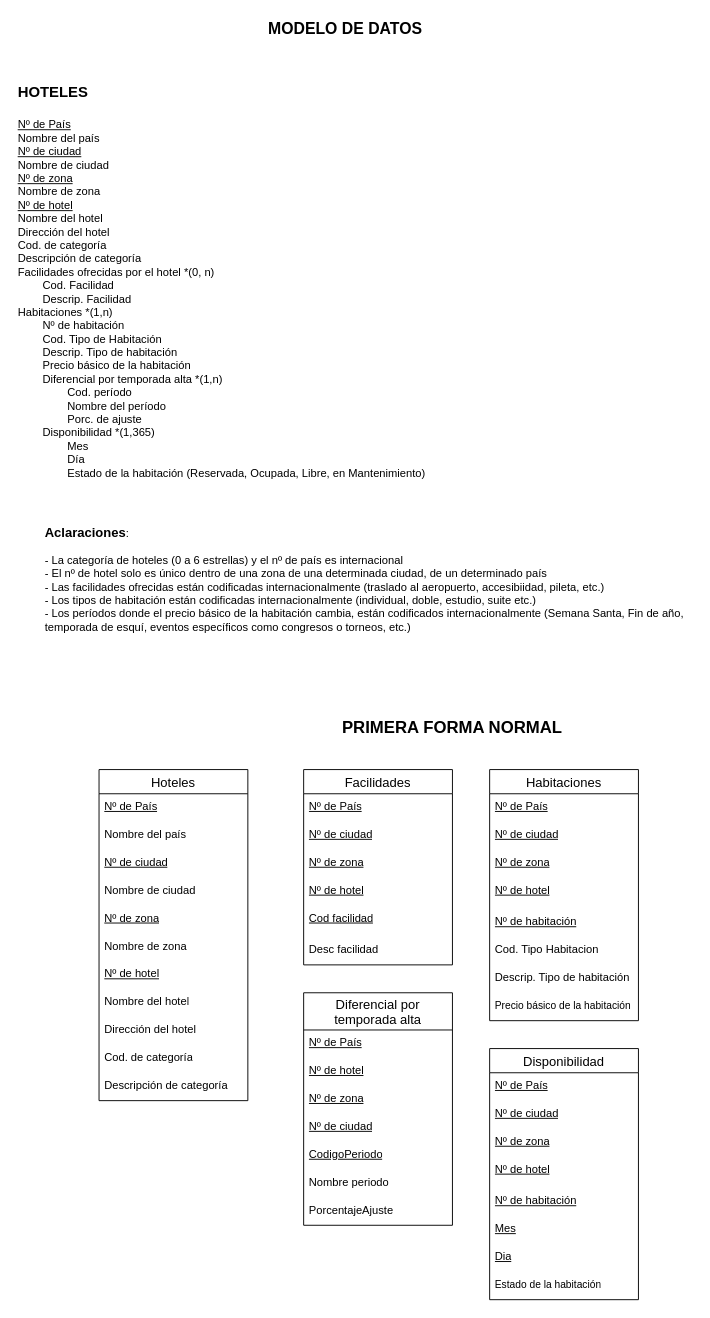
Above: Diagrama-Entidad-Relacion.drawio in FrancoSimonFormia/TP-Hoteles-DABD-Grupo11 (draw.io), before the change. Source tidied: cells renumbered, new cells numbered last; positions are measured from the earlier drawing's top-left corner, leaving out a move shared by most shapes. Both pictures are drawn from the tidied source at 93%, with x=0, y=0 at pixel (16, 16).
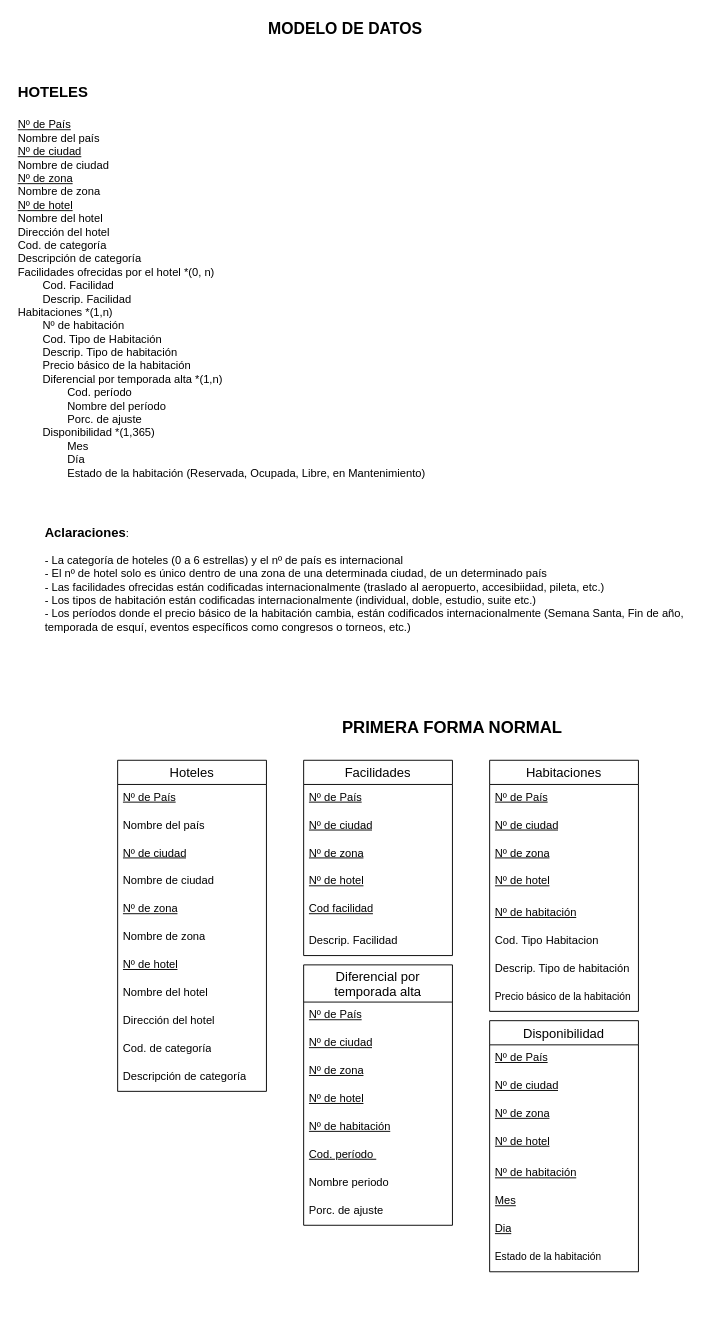
Above is the later version.

Commit message:
Modificacion clave Diferencial por Temporada Alta

The edit, as a diff of the source:
```diff
@@
     <mxCell id="6" value="Hoteles" style="swimlane;fontStyle=0;horizontal=1;startSize=26;align=center;fontSize=14;" parent="1" vertex="1">
-      <mxGeometry x="89" y="810" width="160" height="356" as="geometry" />
+      <mxGeometry x="109" y="800" width="160" height="356" as="geometry" />
     </mxCell>
@@
     <mxCell id="18" value="Facilidades" style="swimlane;fontStyle=0;horizontal=1;startSize=26;align=center;fontSize=14;" parent="1" vertex="1">
-      <mxGeometry x="309" y="810" width="160" height="210" as="geometry" />
+      <mxGeometry x="309" y="800" width="160" height="210" as="geometry" />
     </mxCell>
@@
-    <mxCell id="24" value="&lt;div&gt;Desc facilidad&lt;/div&gt;" style="text;strokeColor=none;fillColor=none;spacingLeft=4;spacingRight=4;overflow=hidden;fontSize=12;whiteSpace=wrap;html=1;" parent="18" vertex="1">
+    <mxCell id="24" value="&lt;div&gt;Descrip. Facilidad&lt;br/&gt;&lt;/div&gt;" style="text;strokeColor=none;fillColor=none;spacingLeft=4;spacingRight=4;overflow=hidden;fontSize=12;whiteSpace=wrap;html=1;" parent="18" vertex="1">
       <mxGeometry y="180" width="160" height="30" as="geometry" />
     </mxCell>
     <mxCell id="25" value="Habitaciones" style="swimlane;fontStyle=0;horizontal=1;startSize=26;align=center;fontSize=14;" parent="1" vertex="1">
-      <mxGeometry x="509" y="810" width="160" height="270" as="geometry" />
+      <mxGeometry x="509" y="800" width="160" height="270" as="geometry" />
     </mxCell>
@@
     <mxCell id="34" value="Diferencial por&#10;temporada alta" style="swimlane;fontStyle=0;horizontal=1;startSize=40;align=center;fontSize=14;" parent="1" vertex="1">
-      <mxGeometry x="309" y="1050" width="160" height="250" as="geometry" />
+      <mxGeometry x="309" y="1020" width="160" height="280" as="geometry" />
     </mxCell>
@@
-    <mxCell id="36" value="&lt;u&gt;Nº de hotel&lt;/u&gt;&lt;div&gt;&lt;br&gt;&lt;/div&gt;" style="text;strokeColor=none;fillColor=none;spacingLeft=4;spacingRight=4;overflow=hidden;fontSize=12;whiteSpace=wrap;html=1;" parent="34" vertex="1">
+    <mxCell id="36" value="&lt;div&gt;&lt;u&gt;Nº de ciudad&lt;/u&gt;&lt;div&gt;&lt;br&gt;&lt;/div&gt;&lt;/div&gt;" style="text;strokeColor=none;fillColor=none;spacingLeft=4;spacingRight=4;overflow=hidden;fontSize=12;whiteSpace=wrap;html=1;" parent="34" vertex="1">
       <mxGeometry y="70" width="160" height="30" as="geometry" />
     </mxCell>
-    <mxCell id="37" value="&lt;u&gt;Nº de zona&lt;/u&gt;&lt;div&gt;&lt;br&gt;&lt;/div&gt;" style="text;strokeColor=none;fillColor=none;spacingLeft=4;spacingRight=4;overflow=hidden;fontSize=12;whiteSpace=wrap;html=1;" parent="34" vertex="1">
+    <mxCell id="37" value="&lt;div&gt;&lt;u&gt;Nº de zona&lt;/u&gt;&lt;div&gt;&lt;br&gt;&lt;/div&gt;&lt;/div&gt;" style="text;strokeColor=none;fillColor=none;spacingLeft=4;spacingRight=4;overflow=hidden;fontSize=12;whiteSpace=wrap;html=1;" parent="34" vertex="1">
       <mxGeometry y="100" width="160" height="30" as="geometry" />
     </mxCell>
-    <mxCell id="38" value="&lt;u&gt;Nº de ciudad&lt;/u&gt;&lt;div&gt;&lt;br&gt;&lt;/div&gt;" style="text;strokeColor=none;fillColor=none;spacingLeft=4;spacingRight=4;overflow=hidden;fontSize=12;whiteSpace=wrap;html=1;" parent="34" vertex="1">
+    <mxCell id="38" value="&lt;div&gt;&lt;u&gt;Nº de hotel&lt;/u&gt;&lt;div&gt;&lt;br&gt;&lt;/div&gt;&lt;/div&gt;" style="text;strokeColor=none;fillColor=none;spacingLeft=4;spacingRight=4;overflow=hidden;fontSize=12;whiteSpace=wrap;html=1;" parent="34" vertex="1">
       <mxGeometry y="130" width="160" height="30" as="geometry" />
     </mxCell>
+    <mxCell id="51" value="&lt;span style=&quot;text-decoration-line: underline;&quot;&gt;Nº de habitación&lt;/span&gt;" style="text;strokeColor=none;fillColor=none;spacingLeft=4;spacingRight=4;overflow=hidden;fontSize=12;whiteSpace=wrap;html=1;" parent="34" vertex="1">
+      <mxGeometry y="160" width="160" height="30" as="geometry" />
+    </mxCell>
-    <mxCell id="39" value="&lt;div&gt;&lt;u&gt;CodigoPeriodo&lt;/u&gt;&lt;/div&gt;" style="text;strokeColor=none;fillColor=none;spacingLeft=4;spacingRight=4;overflow=hidden;fontSize=12;whiteSpace=wrap;html=1;" parent="34" vertex="1">
-      <mxGeometry y="160" width="160" height="30" as="geometry" />
+    <mxCell id="39" value="&lt;u&gt;Cod. período&amp;nbsp;&lt;/u&gt;" style="text;strokeColor=none;fillColor=none;spacingLeft=4;spacingRight=4;overflow=hidden;fontSize=12;whiteSpace=wrap;html=1;" parent="34" vertex="1">
+      <mxGeometry y="190" width="160" height="30" as="geometry" />
     </mxCell>
     <mxCell id="40" value="&lt;div&gt;Nombre periodo&lt;/div&gt;" style="text;strokeColor=none;fillColor=none;spacingLeft=4;spacingRight=4;overflow=hidden;fontSize=12;whiteSpace=wrap;html=1;" parent="34" vertex="1">
-      <mxGeometry y="190" width="160" height="30" as="geometry" />
+      <mxGeometry y="220" width="160" height="30" as="geometry" />
     </mxCell>
-    <mxCell id="41" value="PorcentajeAjuste" style="text;strokeColor=none;fillColor=none;spacingLeft=4;spacingRight=4;overflow=hidden;fontSize=12;whiteSpace=wrap;html=1;" parent="34" vertex="1">
-      <mxGeometry y="220" width="160" height="30" as="geometry" />
+    <mxCell id="41" value="Porc. de ajuste&lt;div&gt;&lt;br/&gt;&lt;/div&gt;" style="text;strokeColor=none;fillColor=none;spacingLeft=4;spacingRight=4;overflow=hidden;fontSize=12;whiteSpace=wrap;html=1;" parent="34" vertex="1">
+      <mxGeometry y="250" width="160" height="30" as="geometry" />
     </mxCell>
     <mxCell id="42" value="Disponibilidad" style="swimlane;fontStyle=0;horizontal=1;startSize=26;align=center;fontSize=14;" parent="1" vertex="1">
-      <mxGeometry x="509" y="1110" width="160" height="270" as="geometry" />
+      <mxGeometry x="509" y="1080" width="160" height="270" as="geometry" />
     </mxCell>
```
